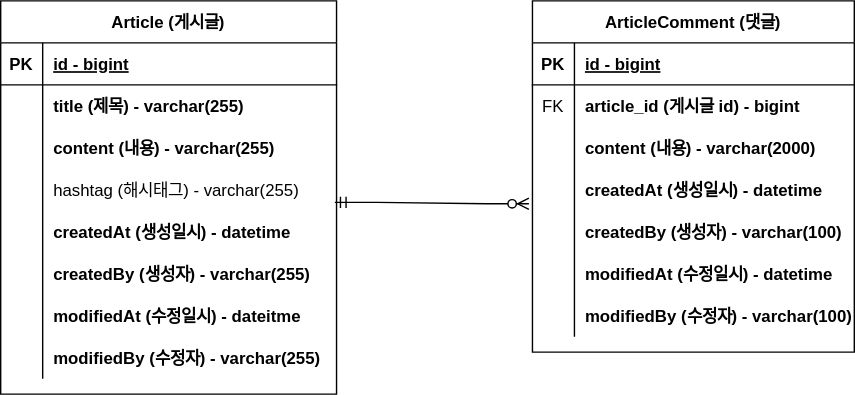
Above: document/project-board-erd.svg in KyungSoo-Han/project-board (draw.io), before the change. Source tidied: cells renumbered, new cells last; positions are measured from the earlier drawing's top-left corner, leaving out a move shared by most shapes.
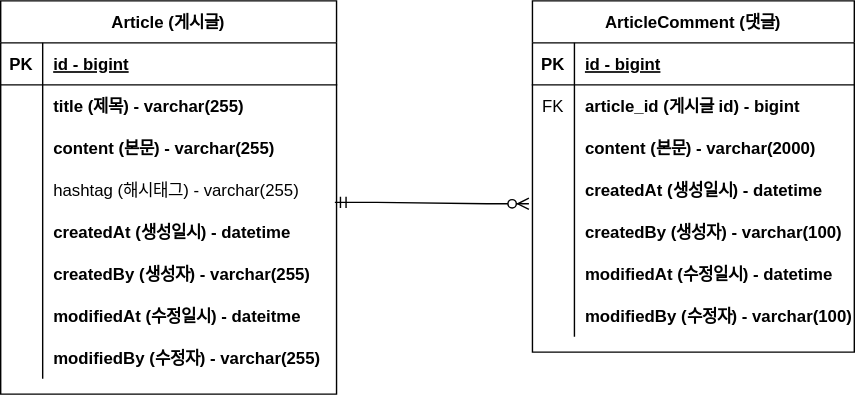
Later version of the same file.

Commit message:
#9 - ERD 주석 업데이트 project-board-erd.svg

Change to the diagram source:
```diff
@@ -29,7 +29,7 @@
     <mxCell id="10" style="shape=partialRectangle;overflow=hidden;fillColor=none;top=0;left=0;bottom=0;right=0;" parent="9" vertex="1">
       <mxGeometry width="30" height="30" as="geometry" />
     </mxCell>
-    <mxCell id="11" value="content (내용) - varchar(255)" style="shape=partialRectangle;overflow=hidden;fillColor=none;top=0;left=0;bottom=0;right=0;align=left;spacingLeft=6;fontStyle=1;" parent="9" vertex="1">
+    <mxCell id="11" value="content (본문) - varchar(255)" style="shape=partialRectangle;overflow=hidden;fillColor=none;top=0;left=0;bottom=0;right=0;align=left;spacingLeft=6;fontStyle=1;" parent="9" vertex="1">
       <mxGeometry x="30" width="210" height="30" as="geometry" />
     </mxCell>
     <mxCell id="12" style="shape=partialRectangle;fillColor=none;points=[[0,0.5],[1,0.5]];portConstraint=eastwest;top=0;left=0;right=0;bottom=0;" parent="2" vertex="1">
@@ -104,7 +104,7 @@
     <mxCell id="35" style="shape=partialRectangle;overflow=hidden;fillColor=none;top=0;left=0;bottom=0;right=0;" parent="34" vertex="1">
       <mxGeometry width="30" height="30" as="geometry" />
     </mxCell>
-    <mxCell id="36" value="content (내용) - varchar(2000)" style="shape=partialRectangle;overflow=hidden;fillColor=none;top=0;left=0;bottom=0;right=0;align=left;spacingLeft=6;fontStyle=1;" parent="34" vertex="1">
+    <mxCell id="36" value="content (본문) - varchar(2000)" style="shape=partialRectangle;overflow=hidden;fillColor=none;top=0;left=0;bottom=0;right=0;align=left;spacingLeft=6;fontStyle=1;" parent="34" vertex="1">
       <mxGeometry x="30" width="200" height="30" as="geometry" />
     </mxCell>
     <mxCell id="37" style="shape=partialRectangle;fillColor=none;points=[[0,0.5],[1,0.5]];portConstraint=eastwest;top=0;left=0;right=0;bottom=0;" parent="27" vertex="1">
```
